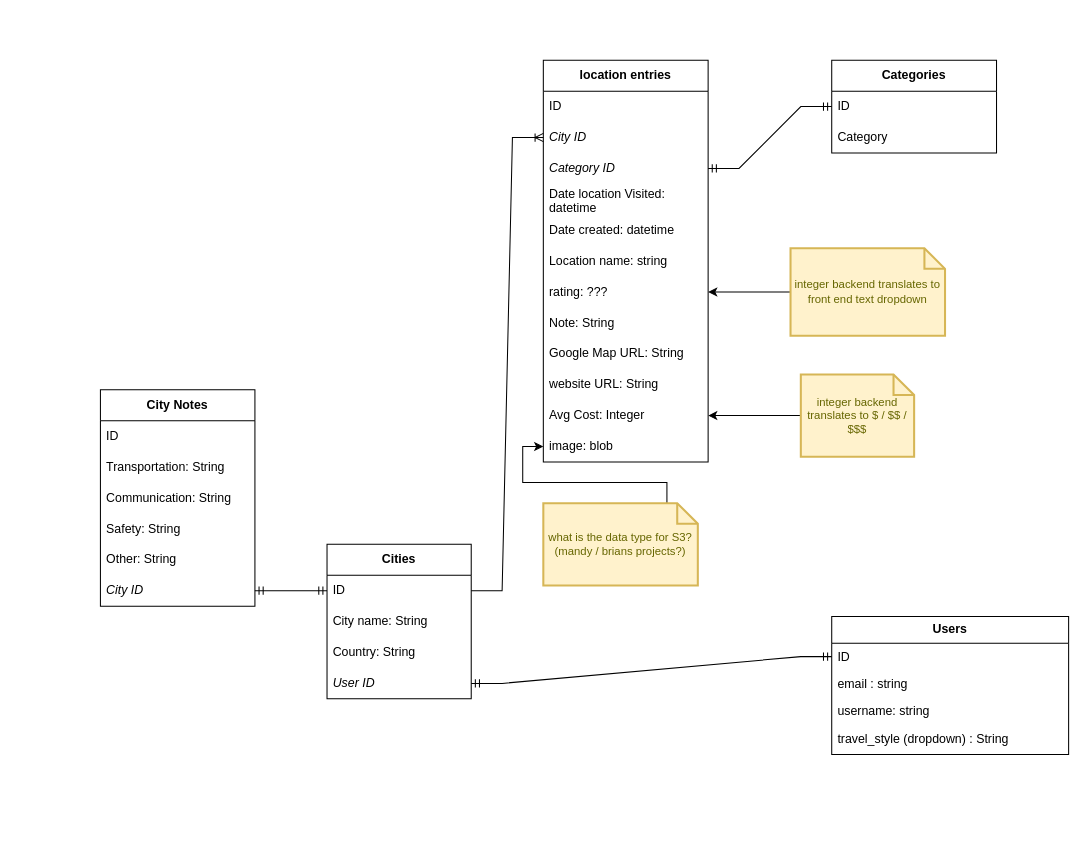
jordandc20/Vicariously_DJordan-capstone keeps this draw.io diagram as DJordan-capstone_travel-blog.drawio. Above is the earlier version. Source tidied: cells renumbered, new cells numbered last; positions are measured from the earlier drawing's top-left corner, leaving out a move shared by most shapes. Both pictures are drawn from the tidied source at 103%, with x=0, y=0 at pixel (100, 60).
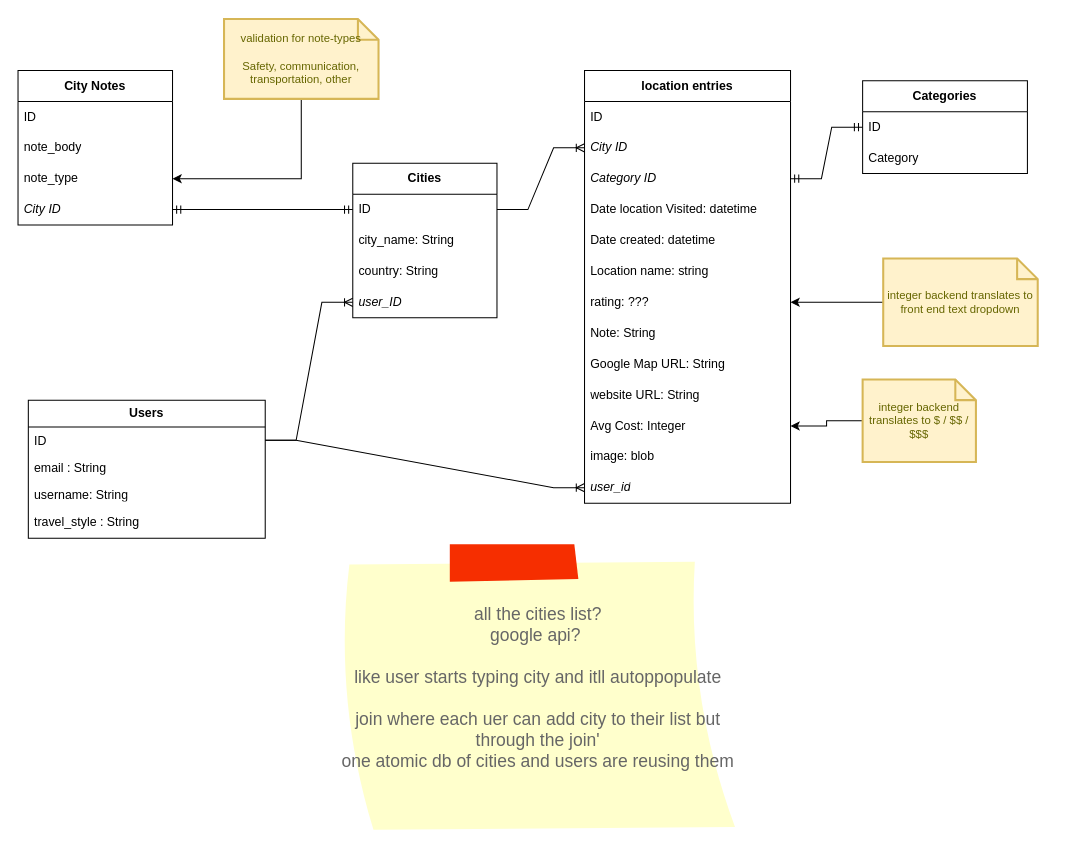
After the change.

The change refers to these unchanged cells:
```xml
<mxCell id="24" value="ID" style="text;strokeColor=none;fillColor=none;align=left;verticalAlign=top;spacingLeft=4;spacingRight=4;overflow=hidden;points=[[0,0.5],[1,0.5]];portConstraint=eastwest;whiteSpace=wrap;html=1;" parent="23" vertex="1">
  <mxGeometry y="26" width="230" height="26" as="geometry" />
</mxCell>
```

What changed in the source:
```diff
@@
     <mxCell id="2" value="Cities" style="swimlane;fontStyle=1;horizontal=1;startSize=30;whiteSpace=wrap;html=1;" parent="1" vertex="1">
-      <mxGeometry x="220" y="470" width="140" height="150" as="geometry" />
+      <mxGeometry x="245" y="100" width="140" height="150" as="geometry" />
     </mxCell>
@@
-    <mxCell id="4" value="City name: String" style="text;strokeColor=none;fillColor=none;align=left;verticalAlign=middle;spacingLeft=4;spacingRight=4;overflow=hidden;whiteSpace=wrap;html=1;" parent="2" vertex="1">
+    <mxCell id="4" value="city_name: String" style="text;strokeColor=none;fillColor=none;align=left;verticalAlign=middle;spacingLeft=4;spacingRight=4;overflow=hidden;whiteSpace=wrap;html=1;" parent="2" vertex="1">
       <mxGeometry y="60" width="140" height="30" as="geometry" />
     </mxCell>
-    <mxCell id="5" value="Country: String" style="text;strokeColor=none;fillColor=none;align=left;verticalAlign=middle;spacingLeft=4;spacingRight=4;overflow=hidden;whiteSpace=wrap;html=1;" parent="2" vertex="1">
+    <mxCell id="5" value="country: String" style="text;strokeColor=none;fillColor=none;align=left;verticalAlign=middle;spacingLeft=4;spacingRight=4;overflow=hidden;whiteSpace=wrap;html=1;" parent="2" vertex="1">
       <mxGeometry y="90" width="140" height="30" as="geometry" />
     </mxCell>
-    <mxCell id="6" value="User ID" style="text;strokeColor=none;fillColor=none;align=left;verticalAlign=middle;spacingLeft=4;spacingRight=4;overflow=hidden;points=[[0,0.5],[1,0.5]];portConstraint=eastwest;whiteSpace=wrap;html=1;fontStyle=2;" parent="2" vertex="1">
+    <mxCell id="6" value="user_ID" style="text;strokeColor=none;fillColor=none;align=left;verticalAlign=middle;spacingLeft=4;spacingRight=4;overflow=hidden;points=[[0,0.5],[1,0.5]];portConstraint=eastwest;whiteSpace=wrap;html=1;fontStyle=2;" parent="2" vertex="1">
       <mxGeometry y="120" width="140" height="30" as="geometry" />
     </mxCell>
     <mxCell id="7" value="location entries" style="swimlane;fontStyle=1;horizontal=1;startSize=30;whiteSpace=wrap;html=1;" parent="1" vertex="1">
-      <mxGeometry x="430" width="160" height="390" as="geometry" />
+      <mxGeometry x="470" y="10" width="200" height="420" as="geometry" />
     </mxCell>
     <mxCell id="8" value="ID" style="text;strokeColor=none;fillColor=none;align=left;verticalAlign=middle;spacingLeft=4;spacingRight=4;overflow=hidden;whiteSpace=wrap;html=1;" parent="7" vertex="1">
-      <mxGeometry y="30" width="160" height="30" as="geometry" />
+      <mxGeometry y="30" width="200" height="30" as="geometry" />
     </mxCell>
     <mxCell id="9" value="City ID" style="text;strokeColor=none;fillColor=none;align=left;verticalAlign=middle;spacingLeft=4;spacingRight=4;overflow=hidden;points=[[0,0.5],[1,0.5]];portConstraint=eastwest;whiteSpace=wrap;html=1;fontStyle=2;" parent="7" vertex="1">
-      <mxGeometry y="60" width="160" height="30" as="geometry" />
+      <mxGeometry y="60" width="200" height="30" as="geometry" />
     </mxCell>
     <mxCell id="10" value="Category ID" style="text;strokeColor=none;fillColor=none;align=left;verticalAlign=middle;spacingLeft=4;spacingRight=4;overflow=hidden;points=[[0,0.5],[1,0.5]];portConstraint=eastwest;whiteSpace=wrap;html=1;fontStyle=2;" parent="7" vertex="1">
-      <mxGeometry y="90" width="160" height="30" as="geometry" />
+      <mxGeometry y="90" width="200" height="30" as="geometry" />
     </mxCell>
     <mxCell id="11" value="Date location Visited: datetime" style="text;strokeColor=none;fillColor=none;align=left;verticalAlign=middle;spacingLeft=4;spacingRight=4;overflow=hidden;whiteSpace=wrap;html=1;" parent="7" vertex="1">
-      <mxGeometry y="120" width="160" height="30" as="geometry" />
+      <mxGeometry y="120" width="200" height="30" as="geometry" />
     </mxCell>
     <mxCell id="12" value="Date created: datetime&amp;nbsp;" style="text;strokeColor=none;fillColor=none;align=left;verticalAlign=middle;spacingLeft=4;spacingRight=4;overflow=hidden;whiteSpace=wrap;html=1;" parent="7" vertex="1">
-      <mxGeometry y="150" width="160" height="30" as="geometry" />
+      <mxGeometry y="150" width="200" height="30" as="geometry" />
     </mxCell>
     <mxCell id="13" value="Location name: string&amp;nbsp;" style="text;strokeColor=none;fillColor=none;align=left;verticalAlign=middle;spacingLeft=4;spacingRight=4;overflow=hidden;whiteSpace=wrap;html=1;" parent="7" vertex="1">
-      <mxGeometry y="180" width="160" height="30" as="geometry" />
+      <mxGeometry y="180" width="200" height="30" as="geometry" />
     </mxCell>
     <mxCell id="14" value="rating: ???" style="text;strokeColor=none;fillColor=none;align=left;verticalAlign=middle;spacingLeft=4;spacingRight=4;overflow=hidden;points=[[0,0.5],[1,0.5]];portConstraint=eastwest;whiteSpace=wrap;html=1;" parent="7" vertex="1">
-      <mxGeometry y="210" width="160" height="30" as="geometry" />
+      <mxGeometry y="210" width="200" height="30" as="geometry" />
     </mxCell>
     <mxCell id="15" value="Note: String" style="text;strokeColor=none;fillColor=none;align=left;verticalAlign=middle;spacingLeft=4;spacingRight=4;overflow=hidden;whiteSpace=wrap;html=1;" parent="7" vertex="1">
-      <mxGeometry y="240" width="160" height="30" as="geometry" />
+      <mxGeometry y="240" width="200" height="30" as="geometry" />
     </mxCell>
     <mxCell id="16" value="Google Map URL: String" style="text;strokeColor=none;fillColor=none;align=left;verticalAlign=middle;spacingLeft=4;spacingRight=4;overflow=hidden;whiteSpace=wrap;html=1;" parent="7" vertex="1">
-      <mxGeometry y="270" width="160" height="30" as="geometry" />
+      <mxGeometry y="270" width="200" height="30" as="geometry" />
     </mxCell>
     <mxCell id="17" value="website URL: String" style="text;strokeColor=none;fillColor=none;align=left;verticalAlign=middle;spacingLeft=4;spacingRight=4;overflow=hidden;whiteSpace=wrap;html=1;" parent="7" vertex="1">
-      <mxGeometry y="300" width="160" height="30" as="geometry" />
+      <mxGeometry y="300" width="200" height="30" as="geometry" />
     </mxCell>
     <mxCell id="18" value="Avg Cost: Integer" style="text;strokeColor=none;fillColor=none;align=left;verticalAlign=middle;spacingLeft=4;spacingRight=4;overflow=hidden;points=[[0,0.5],[1,0.5]];portConstraint=eastwest;whiteSpace=wrap;html=1;" parent="7" vertex="1">
-      <mxGeometry y="330" width="160" height="30" as="geometry" />
+      <mxGeometry y="330" width="200" height="30" as="geometry" />
     </mxCell>
     <mxCell id="19" value="image: blob" style="text;strokeColor=none;fillColor=none;align=left;verticalAlign=middle;spacingLeft=4;spacingRight=4;overflow=hidden;points=[[0,0.5],[1,0.5]];portConstraint=eastwest;whiteSpace=wrap;html=1;" parent="7" vertex="1">
-      <mxGeometry y="360" width="160" height="30" as="geometry" />
+      <mxGeometry y="360" width="200" height="30" as="geometry" />
     </mxCell>
+    <mxCell id="45" value="user_id" style="text;strokeColor=none;fillColor=none;align=left;verticalAlign=middle;spacingLeft=4;spacingRight=4;overflow=hidden;points=[[0,0.5],[1,0.5]];portConstraint=eastwest;whiteSpace=wrap;html=1;fontStyle=2;" parent="7" vertex="1">
+      <mxGeometry y="390" width="200" height="30" as="geometry" />
+    </mxCell>
     <mxCell id="20" value="&lt;b&gt;Categories&lt;/b&gt;" style="swimlane;fontStyle=0;horizontal=1;startSize=30;whiteSpace=wrap;html=1;" parent="1" vertex="1">
-      <mxGeometry x="710" width="160" height="90" as="geometry" />
+      <mxGeometry x="740" y="20" width="160" height="90" as="geometry" />
     </mxCell>
@@
     <mxCell id="23" value="Users" style="swimlane;fontStyle=1;horizontal=1;startSize=26;fillColor=none;whiteSpace=wrap;html=1;" parent="1" vertex="1">
-      <mxGeometry x="710" y="540" width="230" height="134" as="geometry" />
+      <mxGeometry x="-70" y="330" width="230" height="134" as="geometry" />
     </mxCell>
@@
-    <mxCell id="25" value="email : string" style="text;strokeColor=none;fillColor=none;align=left;verticalAlign=top;spacingLeft=4;spacingRight=4;overflow=hidden;whiteSpace=wrap;html=1;" parent="23" vertex="1">
+    <mxCell id="25" value="email : String" style="text;strokeColor=none;fillColor=none;align=left;verticalAlign=top;spacingLeft=4;spacingRight=4;overflow=hidden;whiteSpace=wrap;html=1;" parent="23" vertex="1">
       <mxGeometry y="52" width="230" height="26" as="geometry" />
     </mxCell>
-    <mxCell id="26" value="username: string" style="text;strokeColor=none;fillColor=none;align=left;verticalAlign=top;spacingLeft=4;spacingRight=4;overflow=hidden;whiteSpace=wrap;html=1;" parent="23" vertex="1">
+    <mxCell id="26" value="username: String" style="text;strokeColor=none;fillColor=none;align=left;verticalAlign=top;spacingLeft=4;spacingRight=4;overflow=hidden;whiteSpace=wrap;html=1;" parent="23" vertex="1">
       <mxGeometry y="78" width="230" height="26" as="geometry" />
     </mxCell>
-    <mxCell id="27" value="travel_style (dropdown) : String" style="text;strokeColor=none;fillColor=none;align=left;verticalAlign=middle;spacingLeft=4;spacingRight=4;overflow=hidden;whiteSpace=wrap;html=1;" parent="23" vertex="1">
+    <mxCell id="27" value="travel_style : String" style="text;strokeColor=none;fillColor=none;align=left;verticalAlign=middle;spacingLeft=4;spacingRight=4;overflow=hidden;whiteSpace=wrap;html=1;" parent="23" vertex="1">
       <mxGeometry y="104" width="230" height="30" as="geometry" />
     </mxCell>
@@
     <mxCell id="29" value="City Notes" style="swimlane;fontStyle=1;horizontal=1;startSize=30;whiteSpace=wrap;html=1;" parent="1" vertex="1">
-      <mxGeometry y="320" width="150" height="210" as="geometry" />
+      <mxGeometry x="-80" y="10" width="150" height="150" as="geometry" />
     </mxCell>
@@
-    <mxCell id="31" value="Transportation: String" style="text;strokeColor=none;fillColor=none;align=left;verticalAlign=middle;spacingLeft=4;spacingRight=4;overflow=hidden;whiteSpace=wrap;html=1;" parent="29" vertex="1">
-      <mxGeometry y="60" width="150" height="30" as="geometry" />
-    </mxCell>
-    <mxCell id="32" value="Communication: String" style="text;strokeColor=none;fillColor=none;align=left;verticalAlign=middle;spacingLeft=4;spacingRight=4;overflow=hidden;whiteSpace=wrap;html=1;" parent="29" vertex="1">
-      <mxGeometry y="90" width="150" height="30" as="geometry" />
-    </mxCell>
-    <mxCell id="33" value="Safety: String" style="text;strokeColor=none;fillColor=none;align=left;verticalAlign=middle;spacingLeft=4;spacingRight=4;overflow=hidden;whiteSpace=wrap;html=1;" parent="29" vertex="1">
-      <mxGeometry y="120" width="150" height="30" as="geometry" />
-    </mxCell>
-    <mxCell id="34" value="Other: String" style="text;strokeColor=none;fillColor=none;align=left;verticalAlign=middle;spacingLeft=4;spacingRight=4;overflow=hidden;whiteSpace=wrap;html=1;" parent="29" vertex="1">
-      <mxGeometry y="150" width="150" height="30" as="geometry" />
-    </mxCell>
+    <mxCell id="46" value="&lt;span style=&quot;font-style: normal;&quot;&gt;note_body&lt;/span&gt;" style="text;strokeColor=none;fillColor=none;align=left;verticalAlign=middle;spacingLeft=4;spacingRight=4;overflow=hidden;whiteSpace=wrap;html=1;fontStyle=2;" parent="29" vertex="1">
+      <mxGeometry y="60" width="150" height="30" as="geometry" />
+    </mxCell>
+    <mxCell id="47" value="&lt;span style=&quot;font-style: normal;&quot;&gt;note_type&lt;/span&gt;" style="text;strokeColor=none;fillColor=none;align=left;verticalAlign=middle;spacingLeft=4;spacingRight=4;overflow=hidden;points=[[0,0.5],[1,0.5]];portConstraint=eastwest;whiteSpace=wrap;html=1;fontStyle=2;" parent="29" vertex="1">
+      <mxGeometry y="90" width="150" height="30" as="geometry" />
+    </mxCell>
     <mxCell id="35" value="City ID" style="text;strokeColor=none;fillColor=none;align=left;verticalAlign=middle;spacingLeft=4;spacingRight=4;overflow=hidden;points=[[0,0.5],[1,0.5]];portConstraint=eastwest;whiteSpace=wrap;html=1;fontStyle=2;" parent="29" vertex="1">
-      <mxGeometry y="180" width="150" height="30" as="geometry" />
+      <mxGeometry y="120" width="150" height="30" as="geometry" />
     </mxCell>
-    <mxCell id="36" style="edgeStyle=entityRelationEdgeStyle;fontSize=12;html=1;endArrow=ERmandOne;startArrow=ERmandOne;rounded=0;" parent="1" edge="1" source="6" target="24">
-      <mxGeometry relative="1" as="geometry" />
-    </mxCell>
@@
     <mxCell id="40" value="integer backend translates to $ / $$ / $$$" style="shape=note;strokeWidth=2;fontSize=11;size=20;whiteSpace=wrap;html=1;fillColor=#fff2cc;strokeColor=#d6b656;fontColor=#666600;" parent="1" vertex="1">
-      <mxGeometry x="680" y="305" width="110" height="80" as="geometry" />
+      <mxGeometry x="740" y="310" width="110" height="80" as="geometry" />
     </mxCell>
@@
     <mxCell id="42" value="integer backend translates to front end text dropdown" style="shape=note;strokeWidth=2;fontSize=11;size=20;whiteSpace=wrap;html=1;fillColor=#fff2cc;strokeColor=#d6b656;fontColor=#666600;" parent="1" vertex="1">
-      <mxGeometry x="670" y="182.5" width="150" height="85" as="geometry" />
+      <mxGeometry x="760" y="192.5" width="150" height="85" as="geometry" />
     </mxCell>
-    <mxCell id="43" style="edgeStyle=orthogonalEdgeStyle;rounded=0;jettySize=auto;html=1;exitX=0;exitY=0;exitDx=120;exitDy=50;exitPerimeter=0;entryX=0;entryY=0.5;entryDx=0;entryDy=0;" parent="1" edge="1" source="44" target="19">
-      <mxGeometry relative="1" as="geometry" />
-    </mxCell>
-    <mxCell id="44" value="what is the data type for S3? (mandy / brians projects?)" style="shape=note;strokeWidth=2;fontSize=11;size=20;whiteSpace=wrap;html=1;fillColor=#fff2cc;strokeColor=#d6b656;fontColor=#666600;" parent="1" vertex="1">
-      <mxGeometry x="430" y="430" width="150" height="80" as="geometry" />
-    </mxCell>
+    <mxCell id="48" style="edgeStyle=entityRelationEdgeStyle;fontSize=12;html=1;endArrow=ERoneToMany;rounded=0;exitX=1;exitY=0.5;exitDx=0;exitDy=0;" parent="1" edge="1" source="24" target="6">
+      <mxGeometry relative="1" as="geometry" />
+    </mxCell>
+    <mxCell id="49" value="all the cities list?&lt;br&gt;google api?&amp;nbsp;&lt;br&gt;&lt;br&gt;like user starts typing city and itll autoppopulate&lt;br&gt;&lt;br&gt;join where each uer can add city to their list but through the join'&lt;br&gt;one atomic db of cities and users are reusing them" style="strokeWidth=1;shadow=0;dashed=0;align=center;html=1;shape=mxgraph.mockup.text.stickyNote2;fontColor=#666666;mainText=;fontSize=17;whiteSpace=wrap;fillColor=#ffffcc;strokeColor=#F62E00;" parent="1" vertex="1">
+      <mxGeometry x="230" y="470" width="390" height="280" as="geometry" />
+    </mxCell>
+    <mxCell id="50" style="edgeStyle=entityRelationEdgeStyle;fontSize=12;html=1;endArrow=ERoneToMany;rounded=0;" parent="1" edge="1" source="24" target="45">
+      <mxGeometry relative="1" as="geometry" />
+    </mxCell>
+    <mxCell id="51" style="edgeStyle=orthogonalEdgeStyle;rounded=0;jettySize=auto;html=1;entryX=1;entryY=0.5;entryDx=0;entryDy=0;" parent="1" edge="1" source="52" target="47">
+      <mxGeometry relative="1" as="geometry" />
+    </mxCell>
+    <mxCell id="52" value="validation for note-types&lt;br&gt;&lt;br&gt;Safety, communication, transportation, other" style="shape=note;strokeWidth=2;fontSize=11;size=20;whiteSpace=wrap;html=1;fillColor=#fff2cc;strokeColor=#d6b656;fontColor=#666600;" parent="1" vertex="1">
+      <mxGeometry x="120" y="-40" width="150" height="77.5" as="geometry" />
+    </mxCell>
```
